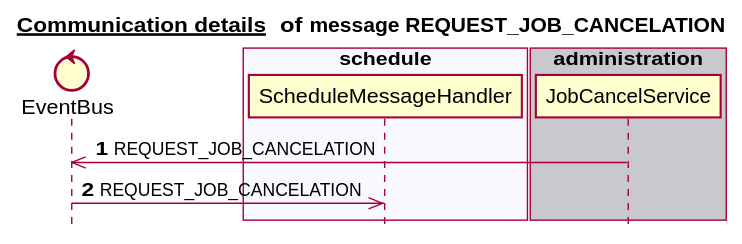
mercedes-benz/sechub keeps this PlantUML diagram as docs/latest/images/gen_domain_messaging_request_job_cancelation.svg. Above is the earlier version. The source it was exported from:
```plantuml
@startuml


title __Communication details __ of **message REQUEST_JOB_CANCELATION**
skinparam style strictuml


control EventBus
box "scan" #C8C8CF
end box
box "schedule" #F8F8FF
   participant ScheduleMessageHandler
end box
box "authorization" #C8C8CF
end box
box "notification" #F8F8FF
end box
box "administration" #C8C8CF
   participant JobCancelService
end box
autonumber 1
JobCancelService ->> EventBus:REQUEST_JOB_CANCELATION
EventBus ->> ScheduleMessageHandler:REQUEST_JOB_CANCELATION
autonumber stop


@enduml
```
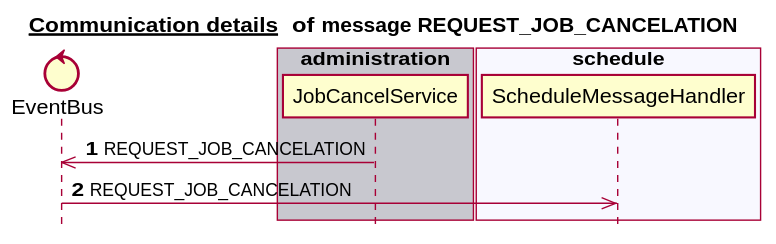
After the commit.

Change to the diagram source:
```diff
@@ -6,17 +6,17 @@
 
 
 control EventBus
-box "scan" #C8C8CF
+box "authorization" #C8C8CF
+end box
+box "scan" #F8F8FF
+end box
+box "administration" #C8C8CF
+   participant JobCancelService
 end box
 box "schedule" #F8F8FF
    participant ScheduleMessageHandler
 end box
-box "authorization" #C8C8CF
-end box
-box "notification" #F8F8FF
-end box
-box "administration" #C8C8CF
-   participant JobCancelService
+box "notification" #C8C8CF
 end box
 autonumber 1
 JobCancelService ->> EventBus:REQUEST_JOB_CANCELATION
```
